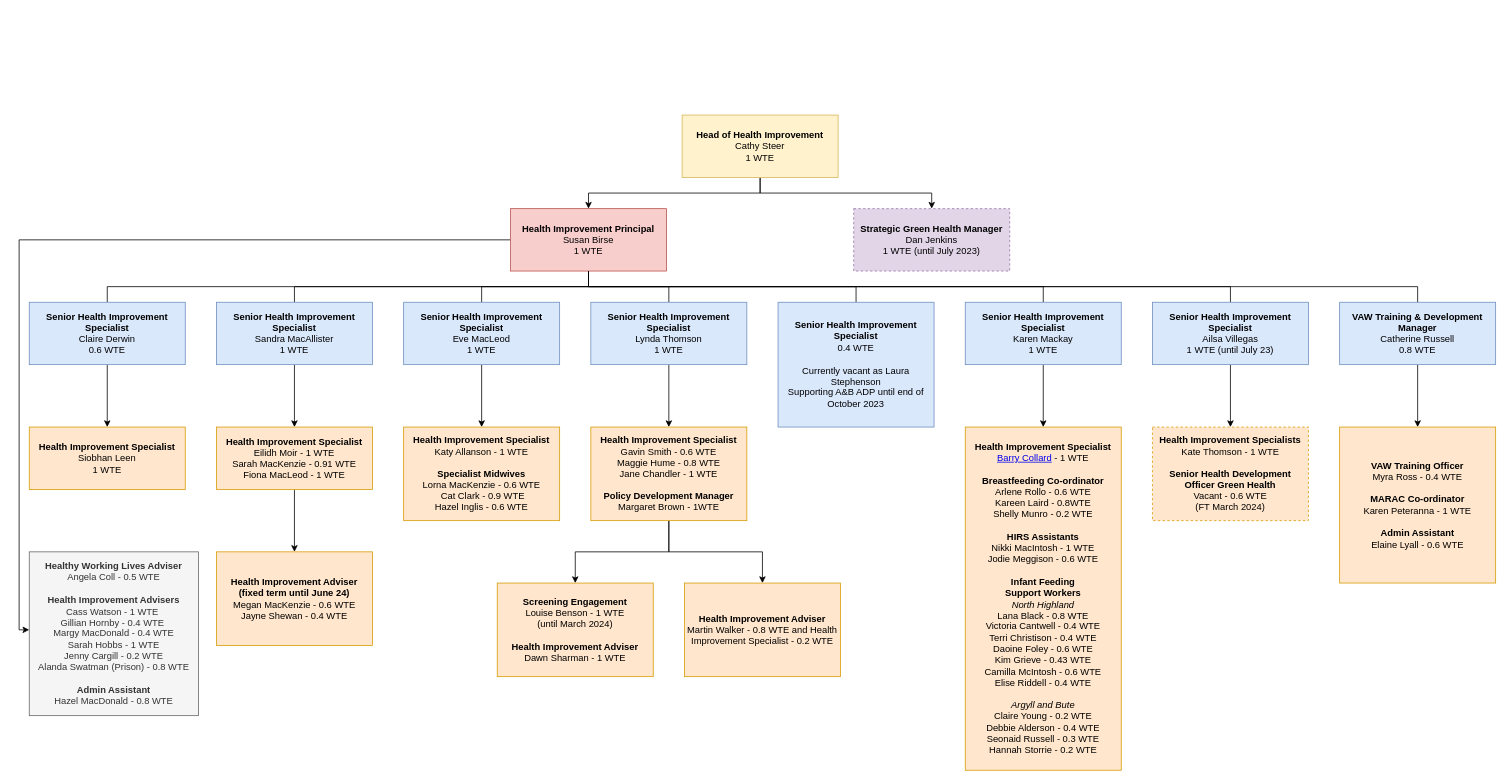
Above: Untitled Diagram.drawio in barrycollard/staffOrgChart (draw.io), before the change. Source tidied: cells renumbered, new cells numbered last; positions are measured from the earlier drawing's top-left corner, leaving out a move shared by most shapes. Both pictures are drawn from the tidied source at 78%, with x=0, y=0 at pixel (19, 115).
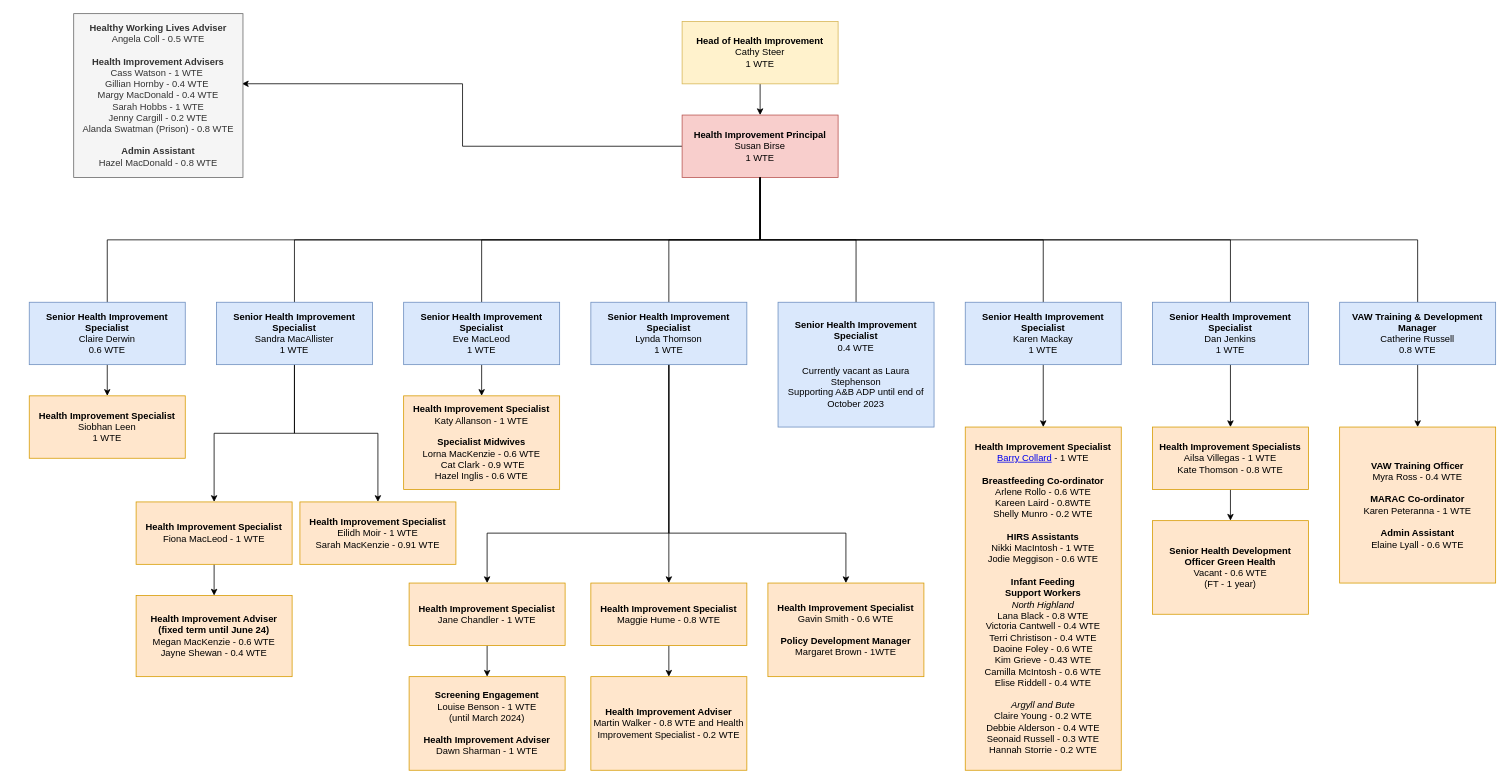
Above is the later version.

Unchanged cells that the change refers to:
```xml
<mxCell id="14" value="&lt;div&gt;&lt;b&gt;Senior Health Improvement Specialist&lt;/b&gt;&lt;/div&gt;&lt;div&gt;Sandra MacAllister&lt;/div&gt;&lt;div&gt;1 WTE&lt;/div&gt;" style="rounded=0;whiteSpace=wrap;html=1;fillColor=#dae8fc;strokeColor=#6c8ebf;" parent="1" vertex="1">
  <mxGeometry x="253" y="240" width="200" height="80" as="geometry" />
</mxCell>
<mxCell id="20" value="&lt;div&gt;&lt;b&gt;Senior Health Improvement Specialist&lt;/b&gt;&lt;/div&gt;&lt;div&gt;&lt;div&gt;Lynda Thomson&lt;/div&gt;&lt;div&gt;1 WTE&lt;/div&gt;&lt;/div&gt;" style="rounded=0;whiteSpace=wrap;html=1;fillColor=#dae8fc;strokeColor=#6c8ebf;" parent="1" vertex="1">
  <mxGeometry x="733" y="240" width="200" height="80" as="geometry" />
</mxCell>
```

Diff of the diagram source:
```diff
@@
-    <mxCell id="3" style="edgeStyle=orthogonalEdgeStyle;rounded=0;jettySize=auto;html=1;exitX=0.5;exitY=1;exitDx=0;exitDy=0;" parent="1" edge="1" source="4" target="7">
-      <mxGeometry relative="1" as="geometry" />
-    </mxCell>
     <mxCell id="4" value="&lt;b&gt;Head of Health Improvement&lt;/b&gt;&lt;br&gt;Cathy Steer&lt;br&gt;1 WTE" style="rounded=0;whiteSpace=wrap;html=1;align=center;fillColor=#fff2cc;strokeColor=#d6b656;" parent="1" vertex="1">
-      <mxGeometry x="850" width="200" height="80" as="geometry" />
+      <mxGeometry x="850" y="-120" width="200" height="80" as="geometry" />
     </mxCell>
-    <mxCell id="5" style="edgeStyle=orthogonalEdgeStyle;rounded=0;jettySize=auto;html=1;exitX=0;exitY=0.5;exitDx=0;exitDy=0;" parent="1" edge="1" source="6" target="8">
-      <mxGeometry relative="1" as="geometry">
-        <Array as="points">
-          <mxPoint y="160" />
-          <mxPoint y="660" />
-        </Array>
-      </mxGeometry>
+    <mxCell id="5" style="edgeStyle=orthogonalEdgeStyle;rounded=0;jettySize=auto;html=1;entryX=0.994;entryY=0.428;entryDx=0;entryDy=0;entryPerimeter=0;" parent="1" edge="1" source="6" target="8">
+      <mxGeometry relative="1" as="geometry" />
     </mxCell>
     <mxCell id="6" value="&lt;b&gt;Health Improvement Principal&lt;br&gt;&lt;/b&gt;Susan Birse&lt;br&gt;1 WTE" style="rounded=0;whiteSpace=wrap;html=1;align=center;fillColor=#f8cecc;strokeColor=#b85450;" parent="1" vertex="1">
-      <mxGeometry x="630" y="120" width="200" height="80" as="geometry" />
+      <mxGeometry x="850" width="200" height="80" as="geometry" />
     </mxCell>
-    <mxCell id="7" value="&lt;b&gt;Strategic Green Health Manager&lt;br&gt;&lt;/b&gt;Dan Jenkins&lt;br&gt;1 WTE (until July 2023)" style="rounded=0;whiteSpace=wrap;html=1;align=center;dashed=1;fillColor=#e1d5e7;strokeColor=#9673a6;" parent="1" vertex="1">
-      <mxGeometry x="1070" y="120" width="200" height="80" as="geometry" />
-    </mxCell>
     <mxCell id="8" value="&lt;div&gt;&lt;b&gt;Healthy Working Lives Adviser&lt;/b&gt;&lt;/div&gt;&lt;div&gt;Angela Coll - 0.5 WTE&lt;/div&gt;&lt;div&gt;&lt;br&gt;&lt;/div&gt;&lt;div&gt;&lt;b&gt;Health Improvement Advisers&lt;/b&gt;&lt;/div&gt;&lt;div&gt;&lt;div&gt;Cass Watson - 1 WTE&amp;nbsp;&lt;/div&gt;&lt;div&gt;Gillian Hornby - 0.4 WTE&amp;nbsp;&lt;/div&gt;&lt;div&gt;Margy MacDonald - 0.4 WTE&lt;/div&gt;&lt;div&gt;Sarah Hobbs - 1 WTE&lt;/div&gt;&lt;div&gt;Jenny Cargill - 0.2 WTE&lt;/div&gt;&lt;div&gt;Alanda Swatman (Prison) - 0.8 WTE&lt;/div&gt;&lt;/div&gt;&lt;div&gt;&lt;br&gt;&lt;/div&gt;&lt;div&gt;&lt;b&gt;Admin Assistant&lt;/b&gt;&lt;/div&gt;&lt;div&gt;Hazel MacDonald - 0.8 WTE&lt;/div&gt;" style="rounded=0;whiteSpace=wrap;html=1;fillColor=#f5f5f5;fontColor=#333333;strokeColor=#666666;" parent="1" vertex="1">
-      <mxGeometry x="13" y="560" width="217" height="210" as="geometry" />
+      <mxGeometry x="70" y="-130" width="217" height="210" as="geometry" />
     </mxCell>
@@
+    <mxCell id="45" style="edgeStyle=orthogonalEdgeStyle;rounded=0;jettySize=auto;html=1;entryX=0.5;entryY=0;entryDx=0;entryDy=0;" parent="1" edge="1" source="14" target="52">
+      <mxGeometry relative="1" as="geometry" />
+    </mxCell>
@@
     <mxCell id="19" style="edgeStyle=orthogonalEdgeStyle;rounded=0;jettySize=auto;html=1;" parent="1" edge="1" source="20" target="32">
-      <mxGeometry relative="1" as="geometry" />
+      <mxGeometry relative="1" as="geometry">
+        <Array as="points">
+          <mxPoint x="833" y="536" />
+          <mxPoint x="600" y="536" />
+        </Array>
+      </mxGeometry>
     </mxCell>
+    <mxCell id="46" style="edgeStyle=orthogonalEdgeStyle;rounded=0;jettySize=auto;html=1;entryX=0.5;entryY=0;entryDx=0;entryDy=0;" parent="1" edge="1" target="51">
+      <mxGeometry relative="1" as="geometry">
+        <mxPoint x="833" y="266" as="sourcePoint" />
+        <Array as="points">
+          <mxPoint x="833" y="536" />
+          <mxPoint x="1060" y="536" />
+        </Array>
+      </mxGeometry>
+    </mxCell>
+    <mxCell id="47" style="edgeStyle=orthogonalEdgeStyle;rounded=0;jettySize=auto;html=1;" parent="1" edge="1" source="20" target="50">
+      <mxGeometry relative="1" as="geometry">
+        <Array as="points">
+          <mxPoint x="833" y="456" />
+          <mxPoint x="833" y="456" />
+        </Array>
+      </mxGeometry>
+    </mxCell>
@@
     <mxCell id="26" value="&lt;div&gt;&lt;b&gt;Health Improvement Specialist&lt;/b&gt;&lt;/div&gt;&lt;div&gt;Siobhan Leen&lt;/div&gt;&lt;div&gt;1 WTE&lt;/div&gt;" style="rounded=0;whiteSpace=wrap;html=1;fillColor=#ffe6cc;strokeColor=#d79b00;" parent="1" vertex="1">
-      <mxGeometry x="13" y="400" width="200" height="80" as="geometry" />
+      <mxGeometry x="13" y="360" width="200" height="80" as="geometry" />
     </mxCell>
@@
-    <mxCell id="28" value="&lt;div&gt;&lt;b&gt;Health Improvement Specialist&lt;/b&gt;&lt;/div&gt;&lt;div&gt;Eilidh Moir - 1 WTE&lt;/div&gt;&lt;div&gt;Sarah MacKenzie - 0.91 WTE&lt;/div&gt;&lt;div&gt;Fiona MacLeod - 1 WTE&lt;/div&gt;" style="rounded=0;whiteSpace=wrap;html=1;fillColor=#ffe6cc;strokeColor=#d79b00;" parent="1" vertex="1">
-      <mxGeometry x="253" y="400" width="200" height="80" as="geometry" />
+    <mxCell id="28" value="&lt;div&gt;&lt;b&gt;Health Improvement Specialist&lt;/b&gt;&lt;/div&gt;&lt;div&gt;Fiona MacLeod - 1 WTE&lt;/div&gt;" style="rounded=0;whiteSpace=wrap;html=1;fillColor=#ffe6cc;strokeColor=#d79b00;" parent="1" vertex="1">
+      <mxGeometry x="150" y="496" width="200" height="80" as="geometry" />
     </mxCell>
     <mxCell id="29" value="&lt;div&gt;&lt;b&gt;Health Improvement Specialist&lt;/b&gt;&lt;/div&gt;&lt;div&gt;Katy Allanson - 1 WTE&lt;/div&gt;&lt;div&gt;&lt;br&gt;&lt;/div&gt;&lt;div&gt;&lt;b&gt;Specialist Midwives&lt;/b&gt;&lt;/div&gt;&lt;div&gt;&lt;div&gt;Lorna MacKenzie - 0.6 WTE&lt;/div&gt;&lt;div&gt;&amp;nbsp;Cat Clark - 0.9 WTE&lt;/div&gt;&lt;div&gt;Hazel Inglis - 0.6 WTE&lt;/div&gt;&lt;/div&gt;" style="rounded=0;whiteSpace=wrap;html=1;fillColor=#ffe6cc;strokeColor=#d79b00;" parent="1" vertex="1">
-      <mxGeometry x="493" y="400" width="200" height="120" as="geometry" />
+      <mxGeometry x="493" y="360" width="200" height="120" as="geometry" />
     </mxCell>
@@
-    <mxCell id="31" style="edgeStyle=orthogonalEdgeStyle;rounded=0;jettySize=auto;html=1;" parent="1" edge="1" source="32" target="43">
-      <mxGeometry relative="1" as="geometry" />
-    </mxCell>
-    <mxCell id="32" value="&lt;div&gt;&lt;b&gt;Health Improvement Specialist&lt;/b&gt;&lt;/div&gt;&lt;div&gt;Gavin Smith - 0.6 WTE&lt;/div&gt;&lt;div&gt;Maggie Hume - 0.8 WTE&lt;/div&gt;&lt;div&gt;Jane Chandler - 1 WTE&lt;/div&gt;&lt;div&gt;&lt;b&gt;&lt;br&gt;&lt;/b&gt;&lt;/div&gt;&lt;div&gt;&lt;b&gt;Policy Development Manager&lt;/b&gt;&lt;/div&gt;&lt;div&gt;Margaret Brown - 1WTE&lt;/div&gt;" style="rounded=0;whiteSpace=wrap;html=1;fillColor=#ffe6cc;strokeColor=#d79b00;" parent="1" vertex="1">
-      <mxGeometry x="733" y="400" width="200" height="120" as="geometry" />
+    <mxCell id="32" value="&lt;div&gt;&lt;b&gt;Health Improvement Specialist&lt;/b&gt;&lt;/div&gt;&lt;div&gt;Jane Chandler - 1 WTE&lt;/div&gt;" style="rounded=0;whiteSpace=wrap;html=1;fillColor=#ffe6cc;strokeColor=#d79b00;" parent="1" vertex="1">
+      <mxGeometry x="500" y="600" width="200" height="80" as="geometry" />
     </mxCell>
@@
     <mxCell id="34" value="&lt;div&gt;&lt;b&gt;Screening Engagement&lt;/b&gt;&lt;/div&gt;&lt;div&gt;Louise Benson - 1 WTE&lt;br&gt;(until March 2024)&lt;/div&gt;&lt;div&gt;&lt;b&gt;&lt;br&gt;&lt;/b&gt;&lt;/div&gt;&lt;div&gt;&lt;b&gt;Health Improvement Adviser&lt;/b&gt;&lt;/div&gt;&lt;div&gt;Dawn Sharman - 1 WTE&lt;/div&gt;" style="rounded=0;whiteSpace=wrap;html=1;fillColor=#ffe6cc;strokeColor=#d79b00;" parent="1" vertex="1">
-      <mxGeometry x="613" y="600" width="200" height="120" as="geometry" />
+      <mxGeometry x="500" y="720" width="200" height="120" as="geometry" />
     </mxCell>
@@
-    <mxCell id="37" value="&lt;div&gt;&lt;b&gt;Senior Health Improvement Specialist&lt;/b&gt;&lt;/div&gt;&lt;div&gt;&lt;div&gt;Ailsa Villegas&lt;/div&gt;&lt;div&gt;1 WTE (until July 23)&lt;/div&gt;&lt;/div&gt;" style="rounded=0;whiteSpace=wrap;html=1;fillColor=#dae8fc;strokeColor=#6c8ebf;" parent="1" vertex="1">
+    <mxCell id="37" value="&lt;div&gt;&lt;b&gt;Senior Health Improvement Specialist&lt;/b&gt;&lt;/div&gt;&lt;div&gt;&lt;div&gt;Dan Jenkins&lt;/div&gt;&lt;div&gt;1 WTE&lt;/div&gt;&lt;/div&gt;" style="rounded=0;whiteSpace=wrap;html=1;fillColor=#dae8fc;strokeColor=#6c8ebf;" parent="1" vertex="1">
       <mxGeometry x="1453" y="240" width="200" height="80" as="geometry" />
     </mxCell>
@@
+    <mxCell id="48" style="edgeStyle=orthogonalEdgeStyle;rounded=0;jettySize=auto;html=1;entryX=0.5;entryY=0;entryDx=0;entryDy=0;" parent="1" edge="1" source="41" target="53">
+      <mxGeometry relative="1" as="geometry" />
+    </mxCell>
-    <mxCell id="41" value="&lt;div&gt;&lt;b&gt;Health Improvement Specialists&lt;/b&gt;&lt;/div&gt;Kate Thomson&amp;nbsp;&lt;span style=&quot;background-color: initial;&quot;&gt;- 1 WTE&lt;/span&gt;&lt;br&gt;&lt;div&gt;&lt;br&gt;&lt;/div&gt;&lt;div&gt;&lt;b&gt;Senior Health Development Officer Green Health&lt;/b&gt;&lt;/div&gt;&lt;div&gt;Vacant - 0.6 WTE&lt;br&gt;(FT March 2024)&lt;/div&gt;" style="rounded=0;whiteSpace=wrap;html=1;dashed=1;fillColor=#ffe6cc;strokeColor=#d79b00;" parent="1" vertex="1">
-      <mxGeometry x="1453" y="400" width="200" height="120" as="geometry" />
+    <mxCell id="41" value="&lt;div&gt;&lt;b&gt;Health Improvement Specialists&lt;/b&gt;&lt;/div&gt;&lt;div style=&quot;border-color: var(--border-color);&quot;&gt;Ailsa Villegas -&amp;nbsp;&lt;span style=&quot;background-color: initial;&quot;&gt;1 WTE&lt;/span&gt;&lt;/div&gt;Kate Thomson&amp;nbsp;&lt;span style=&quot;background-color: initial;&quot;&gt;- 0.8 WTE&lt;br&gt;&lt;/span&gt;" style="rounded=0;whiteSpace=wrap;html=1;fillColor=#ffe6cc;strokeColor=#d79b00;" parent="1" vertex="1">
+      <mxGeometry x="1453" y="400" width="200" height="80" as="geometry" />
     </mxCell>
@@
     <mxCell id="43" value="&lt;div&gt;&lt;b&gt;Health Improvement Adviser&lt;/b&gt;&lt;/div&gt;&lt;div&gt;&lt;div&gt;Martin Walker - 0.8 WTE and&amp;nbsp;&lt;span style=&quot;background-color: initial;&quot;&gt;Health Improvement Specialist - 0.2 WTE&lt;/span&gt;&lt;/div&gt;&lt;/div&gt;" style="rounded=0;whiteSpace=wrap;html=1;fillColor=#ffe6cc;strokeColor=#d79b00;" parent="1" vertex="1">
-      <mxGeometry x="853" y="600" width="200" height="120" as="geometry" />
+      <mxGeometry x="733" y="720" width="200" height="120" as="geometry" />
     </mxCell>
     <mxCell id="44" value="&lt;div&gt;&lt;b&gt;Health Improvement Adviser&lt;/b&gt;&lt;/div&gt;&lt;div&gt;&lt;b&gt;(fixed term until June 24)&lt;/b&gt;&lt;/div&gt;&lt;div&gt;&lt;div&gt;Megan MacKenzie - 0.6 WTE&lt;/div&gt;&lt;div&gt;Jayne Shewan - 0.4 WTE&lt;/div&gt;&lt;/div&gt;" style="rounded=0;whiteSpace=wrap;html=1;fillColor=#ffe6cc;strokeColor=#d79b00;" parent="1" vertex="1">
-      <mxGeometry x="253" y="560" width="200" height="120" as="geometry" />
+      <mxGeometry x="150" y="616" width="200" height="104" as="geometry" />
     </mxCell>
+    <mxCell id="49" style="edgeStyle=orthogonalEdgeStyle;rounded=0;jettySize=auto;html=1;" parent="1" edge="1" source="50" target="43">
+      <mxGeometry relative="1" as="geometry" />
+    </mxCell>
+    <mxCell id="50" value="&lt;div&gt;&lt;b&gt;Health Improvement Specialist&lt;/b&gt;&lt;/div&gt;&lt;div&gt;&lt;span style=&quot;background-color: initial;&quot;&gt;Maggie Hume - 0.8 WTE&lt;/span&gt;&lt;br&gt;&lt;/div&gt;" style="rounded=0;whiteSpace=wrap;html=1;fillColor=#ffe6cc;strokeColor=#d79b00;" parent="1" vertex="1">
+      <mxGeometry x="733" y="600" width="200" height="80" as="geometry" />
+    </mxCell>
+    <mxCell id="51" value="&lt;div&gt;&lt;b&gt;Health Improvement Specialist&lt;/b&gt;&lt;/div&gt;&lt;div&gt;Gavin Smith - 0.6 WTE&lt;/div&gt;&lt;div&gt;&lt;b&gt;&lt;br&gt;&lt;/b&gt;&lt;/div&gt;&lt;div&gt;&lt;b&gt;Policy Development Manager&lt;/b&gt;&lt;/div&gt;&lt;div&gt;Margaret Brown - 1WTE&lt;/div&gt;" style="rounded=0;whiteSpace=wrap;html=1;fillColor=#ffe6cc;strokeColor=#d79b00;" parent="1" vertex="1">
+      <mxGeometry x="960" y="600" width="200" height="120" as="geometry" />
+    </mxCell>
+    <mxCell id="52" value="&lt;div&gt;&lt;b&gt;Health Improvement Specialist&lt;/b&gt;&lt;/div&gt;&lt;div&gt;Eilidh Moir - 1 WTE&lt;/div&gt;&lt;div&gt;Sarah MacKenzie - 0.91 WTE&lt;/div&gt;" style="rounded=0;whiteSpace=wrap;html=1;fillColor=#ffe6cc;strokeColor=#d79b00;" parent="1" vertex="1">
+      <mxGeometry x="360" y="496" width="200" height="80" as="geometry" />
+    </mxCell>
+    <mxCell id="53" value="&lt;div&gt;&lt;b style=&quot;background-color: initial;&quot;&gt;Senior Health Development Officer Green Health&lt;/b&gt;&lt;br&gt;&lt;/div&gt;&lt;div&gt;Vacant - 0.6 WTE&lt;br&gt;(FT - 1 year)&lt;/div&gt;" style="rounded=0;whiteSpace=wrap;html=1;fillColor=#ffe6cc;strokeColor=#d79b00;" parent="1" vertex="1">
+      <mxGeometry x="1453" y="520" width="200" height="120" as="geometry" />
+    </mxCell>
```
